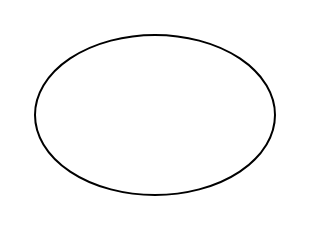
This is Untitled Diagram.drawio from Doorsfan/ClearBnB-Database-Group4, a draw.io file, before an edit. Source tidied: cells renumbered, new cells numbered last; positions are measured from the earlier drawing's top-left corner, leaving out a move shared by most shapes. Both pictures are drawn from the tidied source at 200%, with x=0, y=0 at pixel (34, 34).
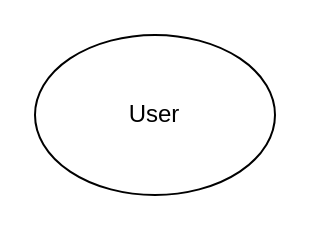
Above is the later version.

Commit message:
Inserted User

The edit, as a diff of the source:
```diff
@@
 <mxGraphModel>
   <root>
     <mxCell id="0" />
     <mxCell id="1" parent="0" />
-    <mxCell id="2" style="ellipse;whiteSpace=wrap;html=1;" parent="1" vertex="1">
+    <mxCell id="2" value="User" style="ellipse;whiteSpace=wrap;html=1;" parent="1" vertex="1">
       <mxGeometry width="120" height="80" as="geometry" />
     </mxCell>
   </root>
 </mxGraphModel>
```
